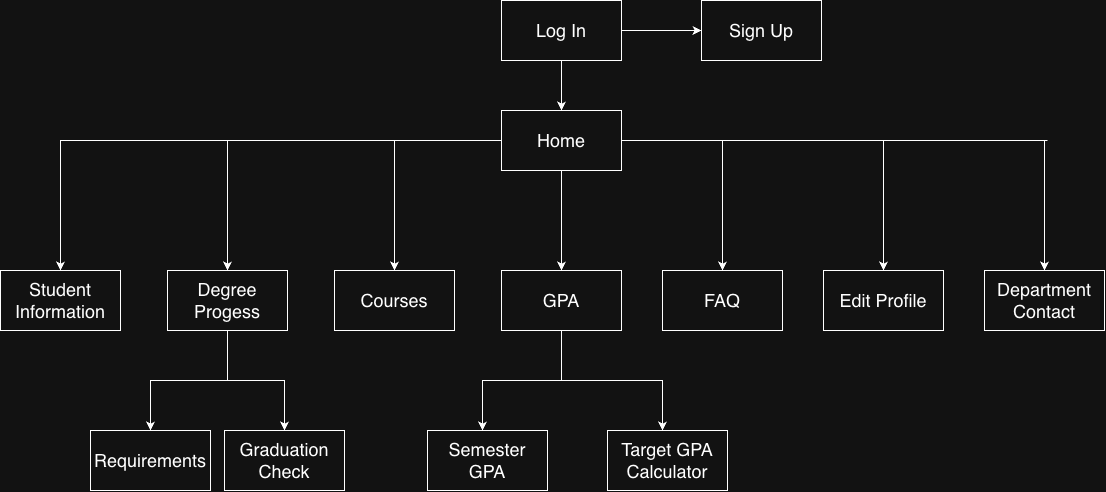
Above: ux-design/Violet Path App Map.png in agile-students-fall2026/generic-mern-stack-project-violetpath (draw.io), before the change. Source tidied: cells renumbered, new cells last; positions are measured from the earlier drawing's top-left corner, leaving out a move shared by most shapes.
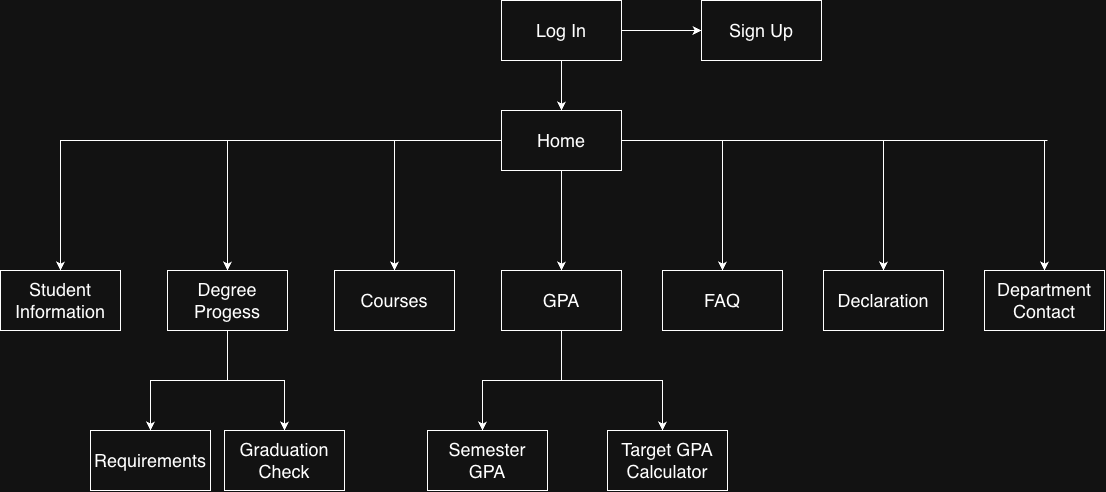
After the change.

Commit message:
update ux-design.md with sign up wireframe and app map

The edit, as a diff of the source:
```diff
@@ -54,7 +54,7 @@
     <mxCell id="15" value="Courses" style="whiteSpace=wrap;html=1;fontSize=18;rounded=0;" parent="1" vertex="1">
       <mxGeometry x="334" y="270" width="120" height="60" as="geometry" />
     </mxCell>
-    <mxCell id="16" value="Edit Profile" style="whiteSpace=wrap;html=1;fontSize=18;rounded=0;" parent="1" vertex="1">
+    <mxCell id="16" value="Declaration" style="whiteSpace=wrap;html=1;fontSize=18;rounded=0;" parent="1" vertex="1">
       <mxGeometry x="823" y="270" width="120" height="60" as="geometry" />
     </mxCell>
     <mxCell id="17" value="Sign Up" style="rounded=0;whiteSpace=wrap;html=1;fontSize=18;" parent="1" vertex="1">
```
